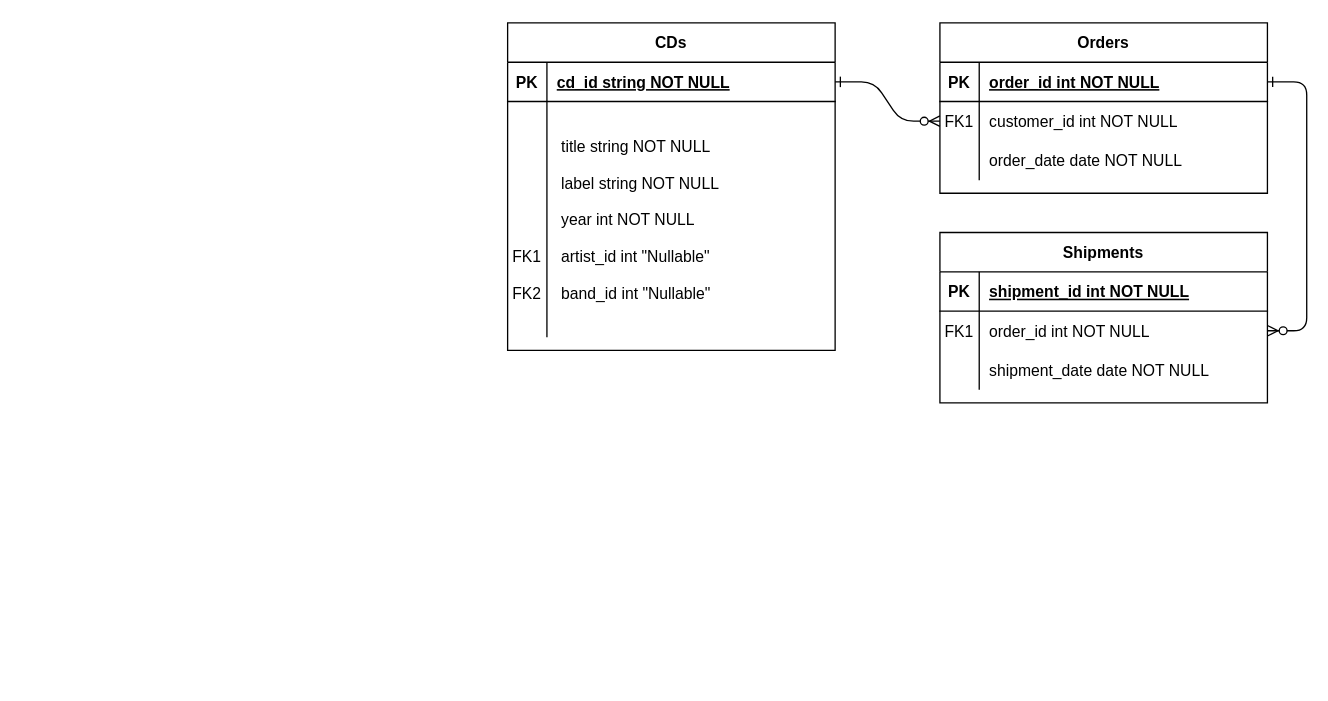
This is Untitled Diagram.drawio from Shrey-2019/ER-Diagrams, a draw.io file, before an edit. Source tidied: cells renumbered, new cells numbered last; positions are measured from the earlier drawing's top-left corner, leaving out a move shared by most shapes. Both pictures are drawn from the tidied source at 131%, with x=0, y=0 at pixel (507, 22).
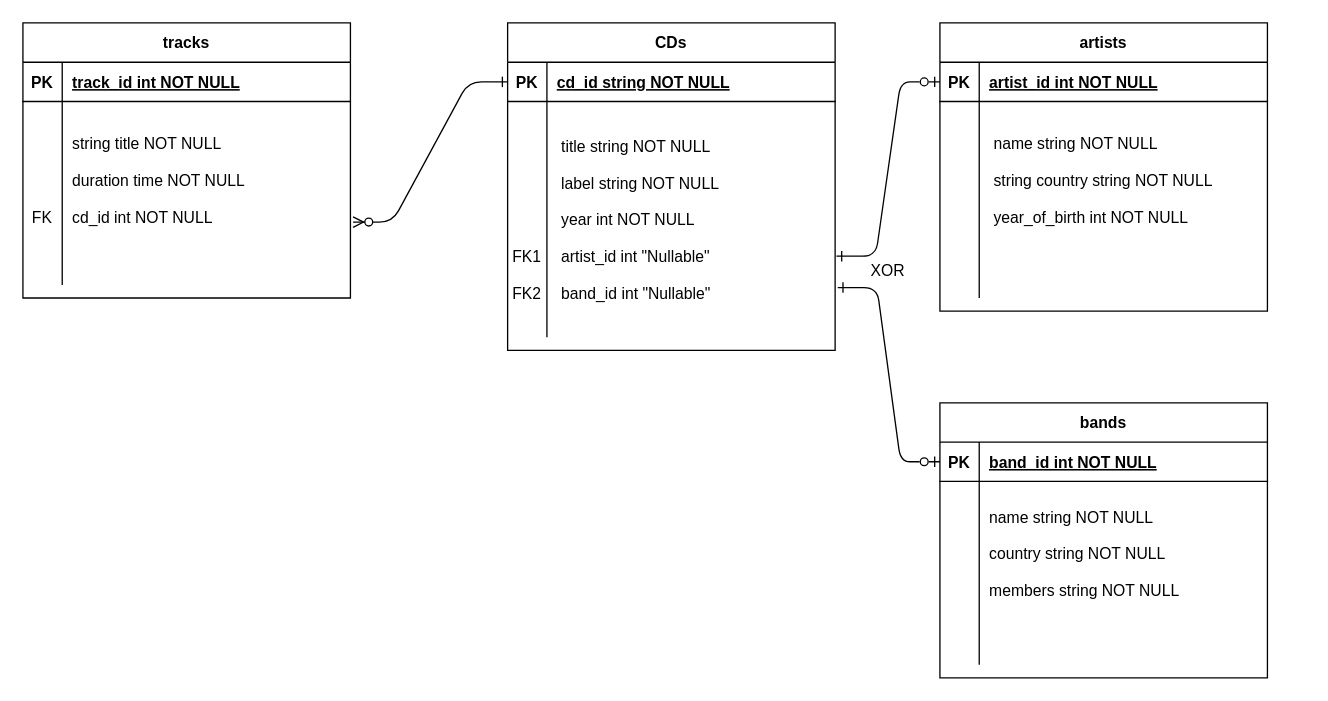
Above is the later version.

Unchanged cells that the change refers to:
```xml
<mxCell id="5" style="shape=partialRectangle;fillColor=none;points=[[0,0.5],[1,0.5]];portConstraint=eastwest;top=0;left=0;right=0;bottom=1;" parent="4" vertex="1">
  <mxGeometry y="30" width="250" height="30" as="geometry" />
</mxCell>
<mxCell id="15" style="shape=partialRectangle;fillColor=none;points=[[0,0.5],[1,0.5]];portConstraint=eastwest;top=0;left=0;right=0;bottom=1;" parent="14" vertex="1">
  <mxGeometry y="30" width="250" height="30" as="geometry" />
</mxCell>
<mxCell id="25" style="shape=partialRectangle;fillColor=none;points=[[0,0.5],[1,0.5]];portConstraint=eastwest;top=0;left=0;right=0;bottom=1;" parent="24" vertex="1">
  <mxGeometry y="30" width="250" height="30" as="geometry" />
</mxCell>
<mxCell id="28" style="shape=partialRectangle;fillColor=none;points=[[0,0.5],[1,0.5]];portConstraint=eastwest;top=0;left=0;right=0;bottom=0;" parent="24" vertex="1">
  <mxGeometry y="60" width="250" height="180" as="geometry" />
</mxCell>
```

The edit, as a diff of the source:
```diff
@@
-    <mxCell id="2" style="edgeStyle=entityRelationEdgeStyle;endArrow=ERzeroToMany;startArrow=ERone;endFill=1;startFill=0;" parent="1" edge="1" source="25" target="8">
+    <mxCell id="2" style="edgeStyle=entityRelationEdgeStyle;endArrow=ERzeroToMany;startArrow=ERone;endFill=1;startFill=0;exitX=0;exitY=0.5;exitDx=0;exitDy=0;entryX=1.008;entryY=0.767;entryDx=0;entryDy=0;entryPerimeter=0;" parent="1" edge="1" source="25" target="35">
       <mxGeometry relative="1" as="geometry" />
     </mxCell>
-    <mxCell id="3" style="edgeStyle=entityRelationEdgeStyle;endArrow=ERzeroToMany;startArrow=ERone;endFill=1;startFill=0;" parent="1" edge="1" source="5" target="18">
-      <mxGeometry relative="1" as="geometry" />
-    </mxCell>
-    <mxCell id="4" value="Orders" style="shape=table;startSize=30;childLayout=tableLayout;rowLines=0;fontStyle=1;align=center;" parent="1" vertex="1">
-      <mxGeometry x="330" width="250" height="130" as="geometry" />
+    <mxCell id="4" value="artists" style="shape=table;startSize=30;childLayout=tableLayout;rowLines=0;fontStyle=1;align=center;" parent="1" vertex="1">
+      <mxGeometry x="330" width="250" height="220" as="geometry" />
     </mxCell>
@@
-    <mxCell id="7" value="order_id int NOT NULL " style="shape=partialRectangle;overflow=hidden;fillColor=none;top=0;left=0;bottom=0;right=0;align=left;spacingLeft=6;fontStyle=5;" parent="5" vertex="1">
+    <mxCell id="7" value="artist_id int NOT NULL " style="shape=partialRectangle;overflow=hidden;fillColor=none;top=0;left=0;bottom=0;right=0;align=left;spacingLeft=6;fontStyle=5;" parent="5" vertex="1">
       <mxGeometry x="30" width="220" height="30" as="geometry" />
     </mxCell>
     <mxCell id="8" style="shape=partialRectangle;fillColor=none;points=[[0,0.5],[1,0.5]];portConstraint=eastwest;top=0;left=0;right=0;bottom=0;" parent="4" vertex="1">
-      <mxGeometry y="60" width="250" height="30" as="geometry" />
+      <mxGeometry y="60" width="250" height="120" as="geometry" />
     </mxCell>
-    <mxCell id="9" value="FK1" style="shape=partialRectangle;overflow=hidden;fillColor=none;top=0;left=0;bottom=0;right=0;" parent="8" vertex="1">
-      <mxGeometry width="30" height="30" as="geometry" />
+    <mxCell id="9" style="shape=partialRectangle;overflow=hidden;fillColor=none;top=0;left=0;bottom=0;right=0;" parent="8" vertex="1">
+      <mxGeometry width="30" height="120" as="geometry" />
     </mxCell>
-    <mxCell id="10" value="customer_id int NOT NULL" style="shape=partialRectangle;overflow=hidden;fillColor=none;top=0;left=0;bottom=0;right=0;align=left;spacingLeft=6;" parent="8" vertex="1">
-      <mxGeometry x="30" width="220" height="30" as="geometry" />
+    <mxCell id="10" value=" name string NOT NULL&#10;&#10; string country string NOT NULL&#10;&#10; year_of_birth int NOT NULL" style="shape=partialRectangle;overflow=hidden;fillColor=none;top=0;left=0;bottom=0;right=0;align=left;spacingLeft=6;" parent="8" vertex="1">
+      <mxGeometry x="30" width="220" height="120" as="geometry" />
     </mxCell>
     <mxCell id="11" style="shape=partialRectangle;fillColor=none;top=0;left=0;right=0;bottom=0;" parent="4" vertex="1">
-      <mxGeometry y="90" width="250" height="30" as="geometry" />
+      <mxGeometry y="180" width="250" height="30" as="geometry" />
     </mxCell>
@@
-    <mxCell id="13" value="order_date date NOT NULL" style="shape=partialRectangle;overflow=hidden;fillColor=none;top=0;left=0;bottom=0;right=0;align=left;spacingLeft=6;" parent="11" vertex="1">
+    <mxCell id="13" style="shape=partialRectangle;overflow=hidden;fillColor=none;top=0;left=0;bottom=0;right=0;align=left;spacingLeft=6;" parent="11" vertex="1">
       <mxGeometry x="30" width="220" height="30" as="geometry" />
     </mxCell>
-    <mxCell id="14" value="Shipments" style="shape=table;startSize=30;childLayout=tableLayout;rowLines=0;fontStyle=1;align=center;" parent="1" vertex="1">
-      <mxGeometry x="330" y="160" width="250" height="130" as="geometry" />
+    <mxCell id="14" value="bands" style="shape=table;startSize=30;childLayout=tableLayout;rowLines=0;fontStyle=1;align=center;" parent="1" vertex="1">
+      <mxGeometry x="330" y="290" width="250" height="210" as="geometry" />
     </mxCell>
@@
-    <mxCell id="17" value="shipment_id int NOT NULL " style="shape=partialRectangle;overflow=hidden;fillColor=none;top=0;left=0;bottom=0;right=0;align=left;spacingLeft=6;fontStyle=5;" parent="15" vertex="1">
+    <mxCell id="17" value="band_id int NOT NULL " style="shape=partialRectangle;overflow=hidden;fillColor=none;top=0;left=0;bottom=0;right=0;align=left;spacingLeft=6;fontStyle=5;" parent="15" vertex="1">
       <mxGeometry x="30" width="220" height="30" as="geometry" />
     </mxCell>
     <mxCell id="18" style="shape=partialRectangle;fillColor=none;points=[[0,0.5],[1,0.5]];portConstraint=eastwest;top=0;left=0;right=0;bottom=0;" parent="14" vertex="1">
-      <mxGeometry y="60" width="250" height="30" as="geometry" />
+      <mxGeometry y="60" width="250" height="110" as="geometry" />
     </mxCell>
-    <mxCell id="19" value="FK1" style="shape=partialRectangle;overflow=hidden;fillColor=none;top=0;left=0;bottom=0;right=0;" parent="18" vertex="1">
-      <mxGeometry width="30" height="30" as="geometry" />
+    <mxCell id="19" style="shape=partialRectangle;overflow=hidden;fillColor=none;top=0;left=0;bottom=0;right=0;" parent="18" vertex="1">
+      <mxGeometry width="30" height="110" as="geometry" />
     </mxCell>
-    <mxCell id="20" value="order_id int NOT NULL" style="shape=partialRectangle;overflow=hidden;fillColor=none;top=0;left=0;bottom=0;right=0;align=left;spacingLeft=6;" parent="18" vertex="1">
-      <mxGeometry x="30" width="220" height="30" as="geometry" />
+    <mxCell id="20" value="name string NOT NULL&#10;&#10;country string NOT NULL&#10;&#10;members string NOT NULL" style="shape=partialRectangle;overflow=hidden;fillColor=none;top=0;left=0;bottom=0;right=0;align=left;spacingLeft=6;" parent="18" vertex="1">
+      <mxGeometry x="30" width="220" height="110" as="geometry" />
     </mxCell>
     <mxCell id="21" style="shape=partialRectangle;fillColor=none;top=0;left=0;right=0;bottom=0;" parent="14" vertex="1">
-      <mxGeometry y="90" width="250" height="30" as="geometry" />
+      <mxGeometry y="170" width="250" height="30" as="geometry" />
     </mxCell>
@@
-    <mxCell id="23" value="shipment_date date NOT NULL" style="shape=partialRectangle;overflow=hidden;fillColor=none;top=0;left=0;bottom=0;right=0;align=left;spacingLeft=6;" parent="21" vertex="1">
+    <mxCell id="23" style="shape=partialRectangle;overflow=hidden;fillColor=none;top=0;left=0;bottom=0;right=0;align=left;spacingLeft=6;" parent="21" vertex="1">
       <mxGeometry x="30" width="220" height="30" as="geometry" />
     </mxCell>
@@
+    <mxCell id="31" value="tracks" style="shape=table;startSize=30;childLayout=tableLayout;rowLines=0;fontStyle=1;align=center;" parent="1" vertex="1">
+      <mxGeometry x="-370" width="250" height="210" as="geometry" />
+    </mxCell>
+    <mxCell id="32" style="shape=partialRectangle;fillColor=none;top=0;left=0;right=0;bottom=1;" parent="31" vertex="1">
+      <mxGeometry y="30" width="250" height="30" as="geometry" />
+    </mxCell>
+    <mxCell id="33" value="PK" style="shape=partialRectangle;overflow=hidden;fillColor=none;top=0;left=0;bottom=0;right=0;fontStyle=1;" parent="32" vertex="1">
+      <mxGeometry width="30" height="30" as="geometry" />
+    </mxCell>
+    <mxCell id="34" value="track_id int NOT NULL " style="shape=partialRectangle;overflow=hidden;fillColor=none;top=0;left=0;bottom=0;right=0;align=left;spacingLeft=6;fontStyle=5;" parent="32" vertex="1">
+      <mxGeometry x="30" width="220" height="30" as="geometry" />
+    </mxCell>
+    <mxCell id="35" style="shape=partialRectangle;fillColor=none;points=[[0,0.5],[1,0.5]];portConstraint=eastwest;top=0;left=0;right=0;bottom=0;" parent="31" vertex="1">
+      <mxGeometry y="60" width="250" height="120" as="geometry" />
+    </mxCell>
+    <mxCell id="36" value="&#10;&#10;&#10;&#10;&#10;FK&#10;" style="shape=partialRectangle;overflow=hidden;fillColor=none;top=0;left=0;bottom=0;right=0;" parent="35" vertex="1">
+      <mxGeometry width="30" height="120" as="geometry" />
+    </mxCell>
+    <mxCell id="37" value="string title NOT NULL&#10;&#10;duration time NOT NULL&#10;&#10;cd_id int NOT NULL" style="shape=partialRectangle;overflow=hidden;fillColor=none;top=0;left=0;bottom=0;right=0;align=left;spacingLeft=6;" parent="35" vertex="1">
+      <mxGeometry x="30" width="220" height="120" as="geometry" />
+    </mxCell>
+    <mxCell id="38" style="shape=partialRectangle;fillColor=none;top=0;left=0;right=0;bottom=0;" parent="31" vertex="1">
+      <mxGeometry y="180" width="250" height="20" as="geometry" />
+    </mxCell>
+    <mxCell id="39" style="shape=partialRectangle;overflow=hidden;fillColor=none;top=0;left=0;bottom=0;right=0;" parent="38" vertex="1">
+      <mxGeometry width="30" height="20" as="geometry" />
+    </mxCell>
+    <mxCell id="40" style="shape=partialRectangle;overflow=hidden;fillColor=none;top=0;left=0;bottom=0;right=0;align=left;spacingLeft=6;" parent="38" vertex="1">
+      <mxGeometry x="30" width="220" height="20" as="geometry" />
+    </mxCell>
+    <mxCell id="41" style="edgeStyle=entityRelationEdgeStyle;endArrow=ERone;startArrow=ERzeroToOne;endFill=0;startFill=0;exitX=0;exitY=0.5;exitDx=0;exitDy=0;entryX=1.004;entryY=0.656;entryDx=0;entryDy=0;entryPerimeter=0;" parent="1" edge="1" source="5" target="28">
+      <mxGeometry relative="1" as="geometry" />
+    </mxCell>
+    <mxCell id="42" style="edgeStyle=entityRelationEdgeStyle;endArrow=ERone;startArrow=ERzeroToOne;endFill=0;startFill=0;exitX=0;exitY=0.5;exitDx=0;exitDy=0;entryX=1.008;entryY=0.789;entryDx=0;entryDy=0;entryPerimeter=0;" parent="1" edge="1" source="15" target="28">
+      <mxGeometry relative="1" as="geometry" />
+    </mxCell>
+    <mxCell id="43" value="XOR" style="text;html=1;align=center;verticalAlign=middle;strokeColor=none;fillColor=none;" parent="1" vertex="1">
+      <mxGeometry x="265" y="175" width="50" height="30" as="geometry" />
+    </mxCell>
```
